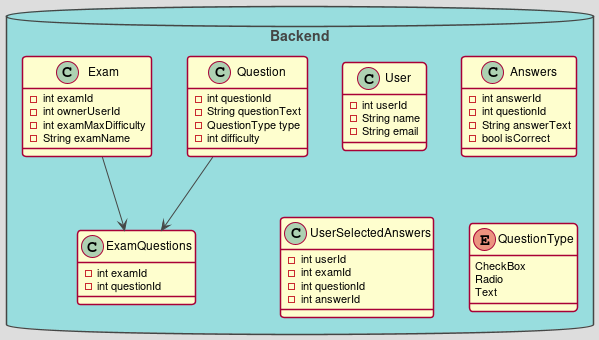
Above: current_uml.png in IGabrielIli/OnlineAssessment-Gr3 (PlantUML), before the change.
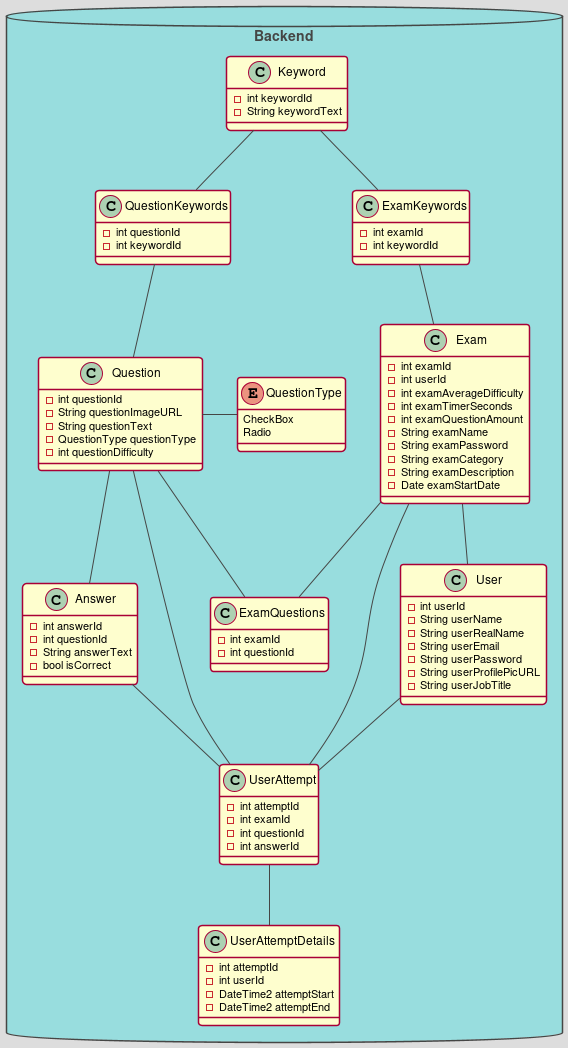
After the commit.

Change to the diagram source:
```diff
@@ -3,43 +3,83 @@
 database "Backend" {
   class User {
     -int userId
-    -String name
-    -String email
+    -String userName
+    -String userRealName
+    -String userEmail
+    -String userPassword
+    -String userProfilePicURL
+    -String userJobTitle
   }
   class Question {
     -int questionId
+    -String questionImageURL
     -String questionText
-    -QuestionType type
-    -int difficulty
+    -QuestionType questionType
+    -int questionDifficulty
   }
   class Exam {
     -int examId
-    -int ownerUserId
-    -int examMaxDifficulty
+    -int userId
+    -int examAverageDifficulty
+    -int examTimerSeconds
+    -int examQuestionAmount
     -String examName
+    -String examPassword
+    -String examCategory
+    -String examDescription
+    -Date examStartDate
+  }
+  class ExamKeywords {
+    -int examId
+    -int keywordId
+  }
+  class QuestionKeywords {
+    -int questionId
+    -int keywordId
+  }
+  class Keyword {
+    -int keywordId
+    -String keywordText
   }
   class ExamQuestions {
     -int examId
     -int questionId
   }
-  class Answers {
+  class Answer {
     -int answerId
     -int questionId
     -String answerText
     -bool isCorrect
   }
-  class UserSelectedAnswers {
-    -int userId
+  class UserAttempt {
+    -int attemptId
     -int examId
     -int questionId
     -int answerId
   }
-  Exam --> ExamQuestions
-  Question --> ExamQuestions
+  class UserAttemptDetails {
+    -int attemptId
+    -int userId
+    -DateTime2 attemptStart
+    -DateTime2 attemptEnd
+  }
   enum QuestionType {
     CheckBox
     Radio
-    Text
   }
+  Exam -up- ExamKeywords
+  Keyword -- ExamKeywords
+  Question -up- QuestionKeywords
+  Keyword -- QuestionKeywords
+  Exam -- ExamQuestions
+  Exam -- User
+  Question -- Answer
+  Question -- ExamQuestions
+  Question -left- QuestionType
+  User -- UserAttempt
+  Exam -- UserAttempt
+  Question -- UserAttempt
+  Answer -- UserAttempt
+  UserAttempt -- UserAttemptDetails
 }
 @enduml
```
